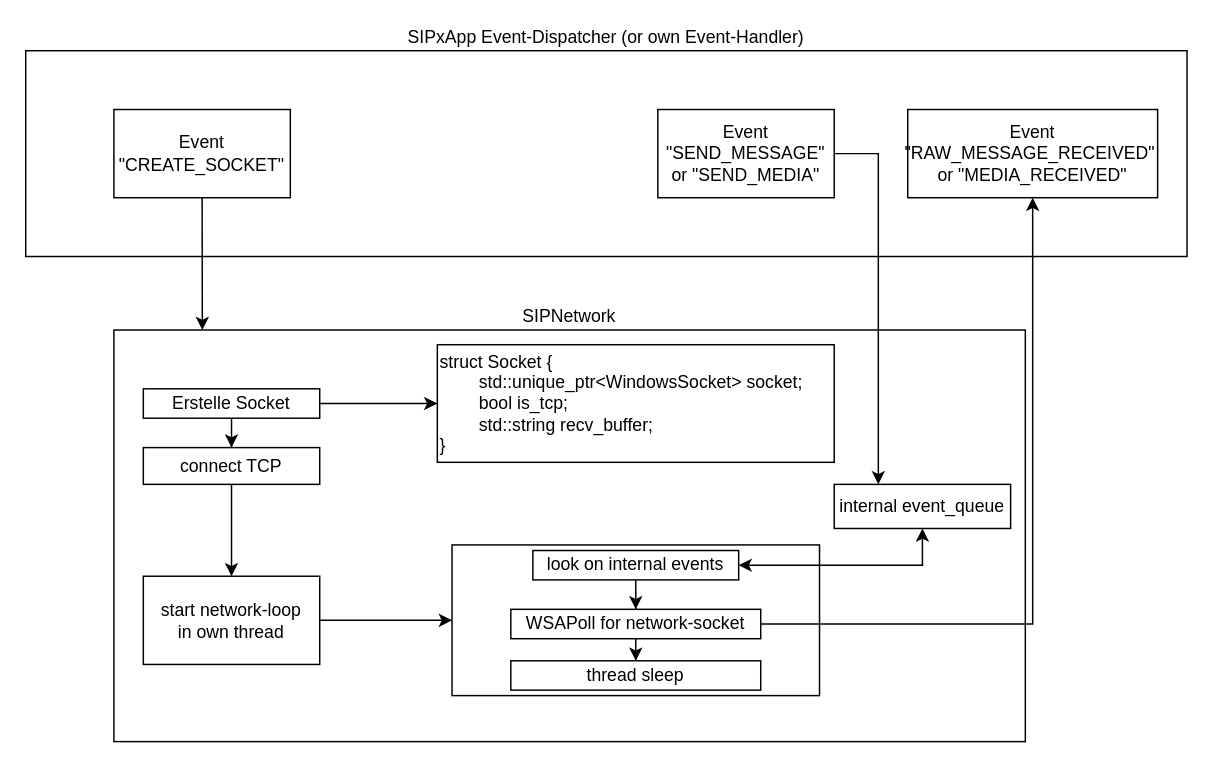
Before: page "SIPNetwork" (4 of 6) of doc/class_overview.drawio in dkuehnl/Project_SIPx, a draw.io diagram. Source tidied: cells renumbered, new cells numbered last; positions are measured from the earlier drawing's top-left corner, leaving out a move shared by most shapes. Both pictures are drawn from the tidied source at 147%, with x=0, y=0 at pixel (25, 50).
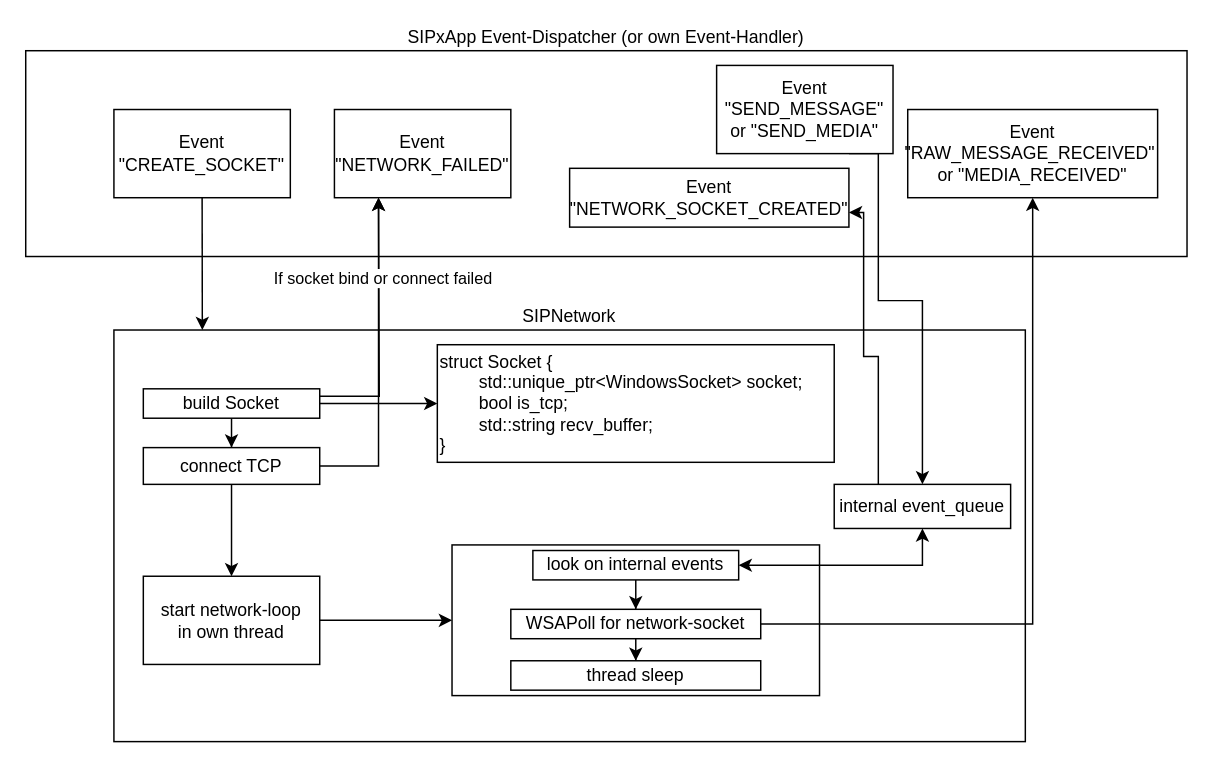
The same page after the edit.

Unchanged cells that the change refers to:
```xml
<mxCell id="10" value="connect TCP" style="whiteSpace=wrap;html=1;rounded=0;" parent="1" vertex="1">
  <mxGeometry x="80" y="270" width="120" height="25" as="geometry" />
</mxCell>
<mxCell id="25" value="internal event_queue" style="rounded=0;whiteSpace=wrap;html=1;" parent="1" vertex="1">
  <mxGeometry x="550" y="295" width="120" height="30" as="geometry" />
</mxCell>
```

What changed in the source:
```diff
@@
+    <mxCell id="26" style="edgeStyle=orthogonalEdgeStyle;rounded=0;jettySize=auto;html=1;exitX=1;exitY=0.25;exitDx=0;exitDy=0;" parent="1" edge="1" source="8">
+      <mxGeometry relative="1" as="geometry">
+        <mxPoint x="240" y="100" as="targetPoint" />
+      </mxGeometry>
+    </mxCell>
-    <mxCell id="8" value="Erstelle Socket" style="rounded=0;whiteSpace=wrap;html=1;" parent="1" vertex="1">
+    <mxCell id="8" value="build Socket" style="rounded=0;whiteSpace=wrap;html=1;" parent="1" vertex="1">
       <mxGeometry x="80" y="230" width="120" height="20" as="geometry" />
     </mxCell>
@@
+    <mxCell id="27" style="edgeStyle=orthogonalEdgeStyle;rounded=0;jettySize=auto;html=1;exitX=1;exitY=0.5;exitDx=0;exitDy=0;entryX=0.25;entryY=1;entryDx=0;entryDy=0;" parent="1" edge="1" source="10" target="31">
+      <mxGeometry relative="1" as="geometry" />
+    </mxCell>
+    <mxCell id="28" value="If socket bind or connect failed" style="edgeLabel;html=1;align=center;verticalAlign=middle;" parent="27" vertex="1">
+      <mxGeometry x="0.52" y="-2" relative="1" as="geometry">
+        <mxPoint y="1" as="offset" />
+      </mxGeometry>
+    </mxCell>
@@
-    <mxCell id="22" style="edgeStyle=orthogonalEdgeStyle;rounded=0;jettySize=auto;html=1;exitX=1;exitY=0.5;exitDx=0;exitDy=0;entryX=0.25;entryY=0;entryDx=0;entryDy=0;" parent="1" edge="1" source="23" target="25">
+    <mxCell id="22" style="edgeStyle=orthogonalEdgeStyle;rounded=0;jettySize=auto;html=1;exitX=0.75;exitY=1;exitDx=0;exitDy=0;entryX=0.5;entryY=0;entryDx=0;entryDy=0;" parent="1" edge="1" source="23" target="25">
       <mxGeometry relative="1" as="geometry">
         <Array as="points">
           <mxPoint x="580" y="70" />
+          <mxPoint x="580" y="170" />
+          <mxPoint x="610" y="170" />
         </Array>
       </mxGeometry>
     </mxCell>
     <mxCell id="23" value="Event &quot;SEND_MESSAGE&quot; or &quot;SEND_MEDIA&quot;" style="rounded=0;whiteSpace=wrap;html=1;" parent="1" vertex="1">
-      <mxGeometry x="430" y="40" width="120" height="60" as="geometry" />
+      <mxGeometry x="470" y="10" width="120" height="60" as="geometry" />
     </mxCell>
@@
+    <mxCell id="29" style="edgeStyle=orthogonalEdgeStyle;rounded=0;jettySize=auto;html=1;exitX=1;exitY=0.75;exitDx=0;exitDy=0;entryX=0.25;entryY=0;entryDx=0;entryDy=0;startArrow=classic;startFill=1;endArrow=none;endFill=0;" parent="1" edge="1" source="30" target="25">
+      <mxGeometry relative="1" as="geometry">
+        <Array as="points">
+          <mxPoint x="570" y="110" />
+          <mxPoint x="570" y="208" />
+          <mxPoint x="580" y="208" />
+        </Array>
+      </mxGeometry>
+    </mxCell>
+    <mxCell id="30" value="Event &quot;NETWORK_SOCKET_CREATED&quot;" style="rounded=0;whiteSpace=wrap;html=1;" parent="1" vertex="1">
+      <mxGeometry x="370" y="80" width="190" height="40" as="geometry" />
+    </mxCell>
+    <mxCell id="31" value="Event &quot;NETWORK&lt;span style=&quot;background-color: transparent; color: light-dark(rgb(0, 0, 0), rgb(255, 255, 255));&quot;&gt;_FAILED&quot;&lt;/span&gt;" style="rounded=0;whiteSpace=wrap;html=1;" parent="1" vertex="1">
+      <mxGeometry x="210" y="40" width="120" height="60" as="geometry" />
+    </mxCell>
```
